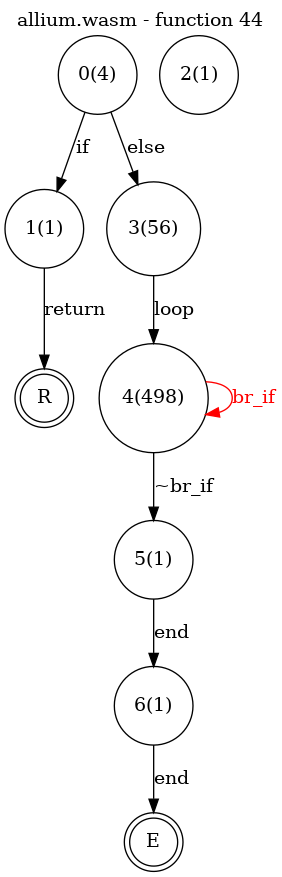
Above: test_cases/allium/funcs/allium-func44.png in jsCarleton/wanalyze (Graphviz), before the change. Its source is kept beside it as test_cases/allium/funcs/allium-func44.dot.
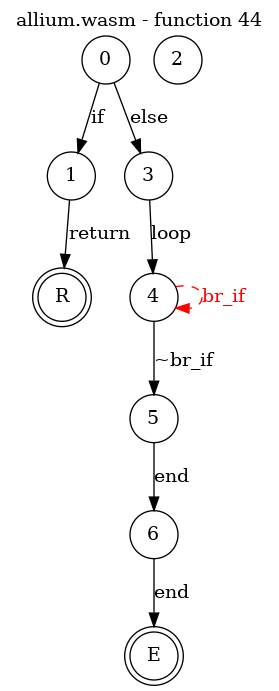
After the commit.

What changed in the source:
```diff
@@ -5,13 +5,13 @@
     labelfontcolor = black
     labelfontname = "Helvetica"
     node [shape = doublecircle]; E R ;
-node [shape=circle, fontcolor=black, style="", label="0(4)"]0
-node [shape=circle, fontcolor=black, style="", label="1(1)"]1
-node [shape=circle, fontcolor=black, style="", label="2(1)"]2
-node [shape=circle, fontcolor=black, style="", label="3(56)"]3
-node [shape=circle, fontcolor=black, style="", label="4(498)"]4
-node [shape=circle, fontcolor=black, style="", label="5(1)"]5
-node [shape=circle, fontcolor=black, style="", label="6(1)"]6
+node [shape=circle, fontcolor=black, style="", label="0"]0
+node [shape=circle, fontcolor=black, style="", label="1"]1
+node [shape=circle, fontcolor=black, style="", label="2"]2
+node [shape=circle, fontcolor=black, style="", label="3"]3
+node [shape=circle, fontcolor=black, style="", label="4"]4
+node [shape=circle, fontcolor=black, style="", label="5"]5
+node [shape=circle, fontcolor=black, style="", label="6"]6
 node [shape=circle, fontcolor=black, style="", label="E"]E
 node [shape=circle, fontcolor=black, style="", label="R"]R
     0 -> 1[label="if"];
@@ -19,7 +19,7 @@
     1 -> R[label="return"];
     3 -> 4[label="loop"];
     4 -> 5[label="~br_if"];
-    4 -> 4[color="red" fontcolor="red" label="br_if"];
+    4 -> 4[style="dashed" color="red" fontcolor="red" label="br_if"];
     5 -> 6[label="end"];
     6 -> E[label="end"];
 }
```
